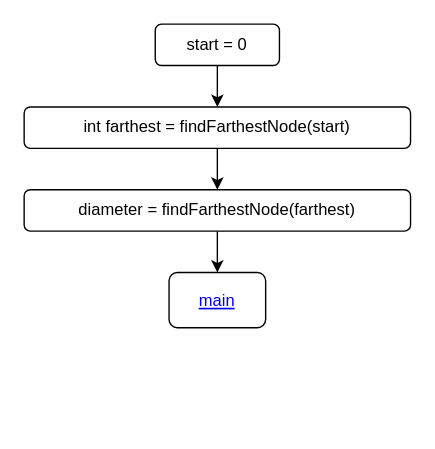
Earlier version of the draw.io diagram page "calculateDiameter" (5 of 7) of c++/cccPractice/problems/senior/2016/design/s3.drawio (andrew-canada/gomoku). Source tidied: cells renumbered, new cells numbered last; positions are measured from the earlier drawing's top-left corner, leaving out a move shared by most shapes. Both pictures are drawn from the tidied source at 138%, with x=0, y=0 at pixel (23, 23).
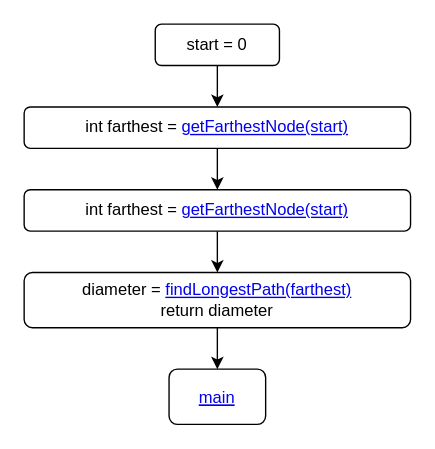
Above is the later version.

What changed in the source:
```diff
@@
 <mxGraphModel>
   <root>
     <mxCell id="0" />
     <mxCell id="1" parent="0" />
     <mxCell id="2" style="edgeStyle=none;html=1;" parent="1" edge="1" source="3" target="5">
       <mxGeometry relative="1" as="geometry" />
     </mxCell>
     <mxCell id="3" value="start = 0" style="rounded=1;whiteSpace=wrap;html=1;" parent="1" vertex="1">
       <mxGeometry x="95" width="90" height="30" as="geometry" />
     </mxCell>
-    <mxCell id="4" style="edgeStyle=none;html=1;" parent="1" edge="1" source="5" target="7">
+    <mxCell id="4" style="edgeStyle=none;html=1;entryX=0.5;entryY=0;entryDx=0;entryDy=0;" parent="1" edge="1" source="5" target="10">
       <mxGeometry relative="1" as="geometry" />
     </mxCell>
-    <mxCell id="5" value="int farthest = findFarthestNode(start)" style="rounded=1;whiteSpace=wrap;html=1;" parent="1" vertex="1">
+    <mxCell id="5" value="int farthest = &lt;a href=&quot;data:page/id,EqHSSUU6d0-dJvdjp_lv&quot;&gt;getFarthestNode(start)&lt;/a&gt;" style="rounded=1;whiteSpace=wrap;html=1;" parent="1" vertex="1">
       <mxGeometry y="60" width="280" height="30" as="geometry" />
     </mxCell>
     <mxCell id="6" style="edgeStyle=none;html=1;" parent="1" edge="1" source="7" target="8">
       <mxGeometry relative="1" as="geometry" />
     </mxCell>
-    <mxCell id="7" value="diameter = findFarthestNode(farthest)" style="rounded=1;whiteSpace=wrap;html=1;" parent="1" vertex="1">
-      <mxGeometry y="120" width="280" height="30" as="geometry" />
+    <mxCell id="7" value="diameter = &lt;a href=&quot;data:page/id,0XXCjUOzOjpR15QE5PMu&quot;&gt;findLongestPath(farthest)&lt;/a&gt;&lt;br&gt;return diameter" style="rounded=1;whiteSpace=wrap;html=1;" parent="1" vertex="1">
+      <mxGeometry y="180" width="280" height="40" as="geometry" />
     </mxCell>
     <mxCell id="8" value="main" style="fontColor=#0000EE;fontStyle=4;rounded=1;overflow=hidden;spacing=10;" parent="1" vertex="1">
-      <mxGeometry x="105" y="180" width="70" height="40" as="geometry" />
+      <mxGeometry x="105" y="250" width="70" height="40" as="geometry" />
     </mxCell>
+    <mxCell id="9" style="edgeStyle=none;html=1;entryX=0.5;entryY=0;entryDx=0;entryDy=0;" parent="1" edge="1" source="10" target="7">
+      <mxGeometry relative="1" as="geometry" />
+    </mxCell>
+    <mxCell id="10" value="int farthest = &lt;a href=&quot;data:page/id,EqHSSUU6d0-dJvdjp_lv&quot;&gt;getFarthestNode(start)&lt;/a&gt;" style="rounded=1;whiteSpace=wrap;html=1;" parent="1" vertex="1">
+      <mxGeometry y="120" width="280" height="30" as="geometry" />
+    </mxCell>
   </root>
 </mxGraphModel>
```
